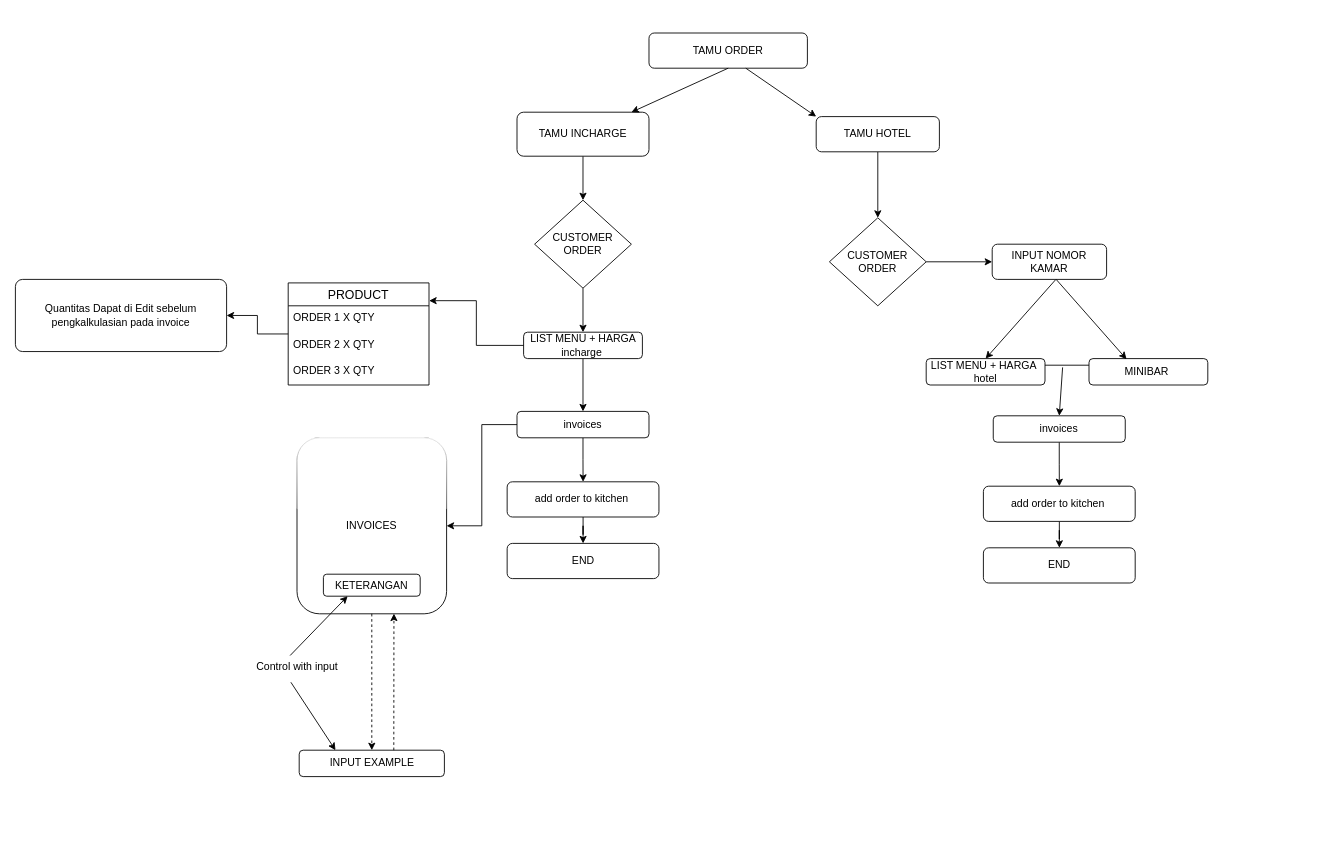
Earlier version of the draw.io diagram subjects/Untitled Diagram.drawio (azzaky9/middlewares-flowcharts). Source tidied: cells renumbered, new cells numbered last; positions are measured from the earlier drawing's top-left corner, leaving out a move shared by most shapes. Both pictures are drawn from the tidied source at 88%, with x=0, y=0 at pixel (15, 33).
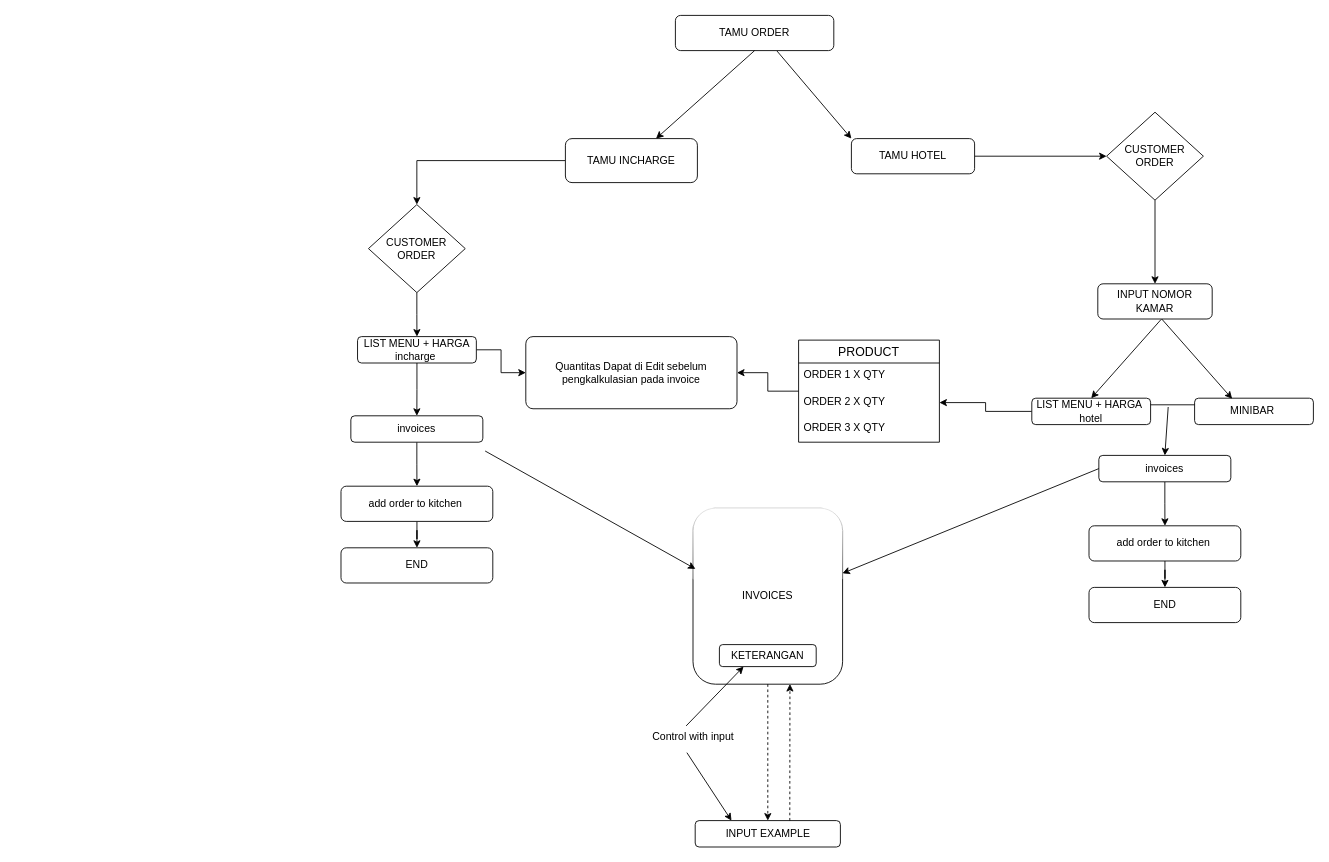
After the change.

Commit message:
just update position

Unchanged cells that the change refers to:
```xml
<mxCell id="34" value="INVOICES" style="rounded=1;whiteSpace=wrap;html=1;glass=1;" parent="33" vertex="1">
  <mxGeometry x="50" width="170" height="200" as="geometry" />
</mxCell>
<mxCell id="45" value="ORDER 2 X QTY" style="text;strokeColor=none;fillColor=none;spacingLeft=4;spacingRight=4;overflow=hidden;points=[[0,0.5],[1,0.5]];portConstraint=eastwest;fontSize=12;whiteSpace=wrap;html=1;" parent="43" vertex="1">
  <mxGeometry y="56" width="160" height="30" as="geometry" />
</mxCell>
```

Diff of the diagram source:
```diff
@@
     <mxCell id="2" value="TAMU ORDER" style="rounded=1;whiteSpace=wrap;html=1;" parent="1" vertex="1">
-      <mxGeometry x="720" width="180" height="40" as="geometry" />
+      <mxGeometry x="750" y="-20" width="180" height="40" as="geometry" />
     </mxCell>
@@
     <mxCell id="4" value="TAMU INCHARGE" style="rounded=1;whiteSpace=wrap;html=1;" parent="1" vertex="1">
-      <mxGeometry x="570" y="90" width="150" height="50" as="geometry" />
+      <mxGeometry x="625" y="120" width="150" height="50" as="geometry" />
     </mxCell>
@@
     <mxCell id="6" value="TAMU HOTEL" style="rounded=1;whiteSpace=wrap;html=1;" parent="1" vertex="1">
-      <mxGeometry x="910" y="95" width="140" height="40" as="geometry" />
+      <mxGeometry x="950" y="120" width="140" height="40" as="geometry" />
     </mxCell>
-    <mxCell id="7" style="endArrow=classic;html=1;rounded=0;entryX=0;entryY=0;entryDx=0;entryDy=0;" parent="1" edge="1" target="6">
-      <mxGeometry relative="1" as="geometry">
-        <mxPoint x="830" y="40" as="sourcePoint" />
-      </mxGeometry>
+    <mxCell id="7" style="endArrow=classic;html=1;rounded=0;entryX=0;entryY=0;entryDx=0;entryDy=0;exitX=0.641;exitY=1.01;exitDx=0;exitDy=0;exitPerimeter=0;" parent="1" edge="1" source="2" target="6">
+      <mxGeometry relative="1" as="geometry" />
     </mxCell>
@@
     <mxCell id="10" value="CUSTOMER ORDER" style="rhombus;whiteSpace=wrap;html=1;" parent="1" vertex="1">
-      <mxGeometry x="590" y="190" width="110" height="100" as="geometry" />
+      <mxGeometry x="401.2" y="195" width="110" height="100" as="geometry" />
     </mxCell>
@@
+    <mxCell id="49" style="edgeStyle=orthogonalEdgeStyle;rounded=0;jettySize=auto;html=1;" parent="1" edge="1" source="12" target="48">
+      <mxGeometry relative="1" as="geometry" />
+    </mxCell>
     <mxCell id="12" value="LIST MENU + HARGA incharge&amp;nbsp;" style="rounded=1;whiteSpace=wrap;html=1;" parent="1" vertex="1">
-      <mxGeometry x="577.5" y="340" width="135" height="30" as="geometry" />
+      <mxGeometry x="388.8" y="345" width="135" height="30" as="geometry" />
     </mxCell>
@@
-    <mxCell id="14" style="edgeStyle=orthogonalEdgeStyle;rounded=0;jettySize=auto;html=1;" parent="1" edge="1" source="15" target="34">
-      <mxGeometry relative="1" as="geometry" />
-    </mxCell>
     <mxCell id="15" value="invoices" style="rounded=1;whiteSpace=wrap;html=1;" parent="1" vertex="1">
-      <mxGeometry x="570" y="430" width="150" height="30" as="geometry" />
+      <mxGeometry x="381.2" y="435" width="150" height="30" as="geometry" />
     </mxCell>
@@
     <mxCell id="17" value="add order to kitchen&amp;nbsp;" style="rounded=1;whiteSpace=wrap;html=1;" parent="1" vertex="1">
-      <mxGeometry x="558.8" y="510" width="172.5" height="40" as="geometry" />
+      <mxGeometry x="370" y="515" width="172.5" height="40" as="geometry" />
     </mxCell>
     <mxCell id="18" value="END" style="rounded=1;whiteSpace=wrap;html=1;" parent="1" vertex="1">
-      <mxGeometry x="558.8" y="580" width="172.5" height="40" as="geometry" />
+      <mxGeometry x="370" y="585" width="172.5" height="40" as="geometry" />
     </mxCell>
@@
     <mxCell id="20" value="CUSTOMER ORDER" style="rhombus;whiteSpace=wrap;html=1;" parent="1" vertex="1">
-      <mxGeometry x="925" y="210" width="110" height="100" as="geometry" />
+      <mxGeometry x="1240" y="90" width="110" height="100" as="geometry" />
     </mxCell>
     <mxCell id="21" value="INPUT NOMOR KAMAR" style="rounded=1;whiteSpace=wrap;html=1;" parent="1" vertex="1">
-      <mxGeometry x="1110" y="240" width="130" height="40" as="geometry" />
+      <mxGeometry x="1230" y="285" width="130" height="40" as="geometry" />
     </mxCell>
+    <mxCell id="50" style="edgeStyle=orthogonalEdgeStyle;rounded=0;jettySize=auto;html=1;entryX=1;entryY=0.5;entryDx=0;entryDy=0;" parent="1" edge="1" source="22" target="45">
+      <mxGeometry relative="1" as="geometry" />
+    </mxCell>
     <mxCell id="22" value="LIST MENU + HARGA&amp;nbsp; hotel" style="rounded=1;whiteSpace=wrap;html=1;" parent="1" vertex="1">
-      <mxGeometry x="1035" y="370" width="135" height="30" as="geometry" />
+      <mxGeometry x="1155" y="415" width="135" height="30" as="geometry" />
     </mxCell>
     <mxCell id="23" value="MINIBAR&amp;nbsp;" style="rounded=1;whiteSpace=wrap;html=1;" parent="1" vertex="1">
-      <mxGeometry x="1220" y="370" width="135" height="30" as="geometry" />
+      <mxGeometry x="1340" y="415" width="135" height="30" as="geometry" />
     </mxCell>
@@
     <mxCell id="27" value="invoices" style="rounded=1;whiteSpace=wrap;html=1;" parent="1" vertex="1">
-      <mxGeometry x="1111.2" y="435" width="150" height="30" as="geometry" />
+      <mxGeometry x="1231.2" y="480" width="150" height="30" as="geometry" />
     </mxCell>
@@
     <mxCell id="29" value="add order to kitchen&amp;nbsp;" style="rounded=1;whiteSpace=wrap;html=1;" parent="1" vertex="1">
-      <mxGeometry x="1100" y="515" width="172.5" height="40" as="geometry" />
+      <mxGeometry x="1220" y="560" width="172.5" height="40" as="geometry" />
     </mxCell>
     <mxCell id="30" value="END" style="rounded=1;whiteSpace=wrap;html=1;" parent="1" vertex="1">
-      <mxGeometry x="1100" y="585" width="172.5" height="40" as="geometry" />
+      <mxGeometry x="1220" y="630" width="172.5" height="40" as="geometry" />
     </mxCell>
@@
     <mxCell id="32" style="endArrow=classic;html=1;rounded=0;entryX=0.5;entryY=0;entryDx=0;entryDy=0;" parent="1" edge="1" target="27">
       <mxGeometry relative="1" as="geometry">
-        <mxPoint x="1190" y="380" as="sourcePoint" />
+        <mxPoint x="1310" y="425" as="sourcePoint" />
       </mxGeometry>
     </mxCell>
     <mxCell id="33" style="group;" parent="1" vertex="1">
-      <mxGeometry x="270" y="460" width="220" height="385" as="geometry" />
+      <mxGeometry x="720" y="540" width="220" height="385" as="geometry" />
     </mxCell>
@@
     <mxCell id="43" value="PRODUCT" style="swimlane;fontStyle=0;horizontal=1;startSize=26;align=center;fontSize=14;" parent="1" vertex="1">
-      <mxGeometry x="310" y="284" width="160" height="116" as="geometry" />
+      <mxGeometry x="890" y="349" width="160" height="116" as="geometry" />
     </mxCell>
@@
-    <mxCell id="47" style="edgeStyle=orthogonalEdgeStyle;rounded=0;jettySize=auto;html=1;entryX=1.001;entryY=0.174;entryDx=0;entryDy=0;entryPerimeter=0;" parent="1" edge="1" source="12" target="43">
-      <mxGeometry relative="1" as="geometry" />
-    </mxCell>
     <mxCell id="48" value="Quantitas Dapat di Edit sebelum pengkalkulasian pada invoice" style="rounded=1;arcSize=10;whiteSpace=wrap;html=1;align=center;" parent="1" vertex="1">
-      <mxGeometry y="280" width="240" height="82" as="geometry" />
+      <mxGeometry x="580" y="345" width="240" height="82" as="geometry" />
     </mxCell>
+    <mxCell id="51" style="endArrow=classic;html=1;rounded=0;entryX=0.999;entryY=0.37;entryDx=0;entryDy=0;entryPerimeter=0;exitX=0;exitY=0.5;exitDx=0;exitDy=0;" parent="1" edge="1" source="27" target="34">
+      <mxGeometry relative="1" as="geometry" />
+    </mxCell>
+    <mxCell id="52" style="endArrow=classic;html=1;rounded=0;exitX=1;exitY=0.75;exitDx=0;exitDy=0;" parent="1" edge="1">
+      <mxGeometry relative="1" as="geometry">
+        <mxPoint x="533.8" y="475" as="sourcePoint" />
+        <mxPoint x="772.8" y="609" as="targetPoint" />
+      </mxGeometry>
+    </mxCell>
```
